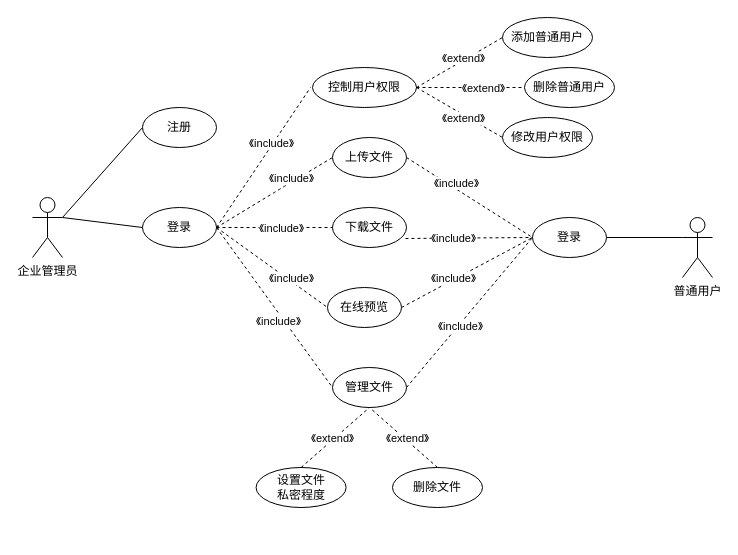
Before: Untitled Diagram.drawio in ppp-203/ppp-203, a draw.io diagram. Source tidied: cells renumbered, new cells numbered last; positions are measured from the earlier drawing's top-left corner, leaving out a move shared by most shapes. Both pictures are drawn from the tidied source at 100%, with x=0, y=0 at pixel (32, 17).
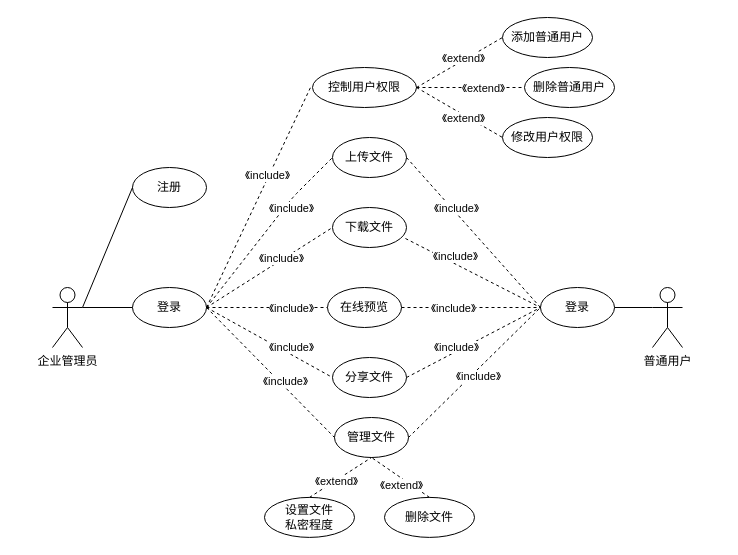
After the change.

The change refers to these unchanged cells:
```xml
<mxCell id="5" value="上传文件" style="ellipse;whiteSpace=wrap;html=1;" parent="1" vertex="1">
  <mxGeometry x="300" y="120" width="74" height="40" as="geometry" />
</mxCell>
```

The edit, as a diff of the source:
```diff
@@
     <mxCell id="2" value="企业管理员" style="shape=umlActor;verticalLabelPosition=bottom;verticalAlign=top;html=1;outlineConnect=0;" parent="1" vertex="1">
-      <mxGeometry y="180" width="30" height="60" as="geometry" />
+      <mxGeometry x="20" y="270" width="30" height="60" as="geometry" />
     </mxCell>
     <mxCell id="3" value="普通用户" style="shape=umlActor;verticalLabelPosition=bottom;verticalAlign=top;html=1;outlineConnect=0;" parent="1" vertex="1">
-      <mxGeometry x="650" y="200" width="30" height="60" as="geometry" />
+      <mxGeometry x="620" y="270" width="30" height="60" as="geometry" />
     </mxCell>
     <mxCell id="4" value="注册" style="ellipse;whiteSpace=wrap;html=1;" parent="1" vertex="1">
-      <mxGeometry x="110" y="90" width="74" height="40" as="geometry" />
+      <mxGeometry x="100" y="150" width="74" height="40" as="geometry" />
     </mxCell>
@@
     <mxCell id="8" value="登录" style="ellipse;whiteSpace=wrap;html=1;" parent="1" vertex="1">
-      <mxGeometry x="110" y="190" width="74" height="40" as="geometry" />
+      <mxGeometry x="100" y="270" width="74" height="40" as="geometry" />
     </mxCell>
@@
     <mxCell id="10" value="管理文件" style="ellipse;whiteSpace=wrap;html=1;" parent="1" vertex="1">
-      <mxGeometry x="300" y="350" width="74" height="40" as="geometry" />
+      <mxGeometry x="302" y="400" width="74" height="40" as="geometry" />
     </mxCell>
@@
     <mxCell id="12" value="登录" style="ellipse;whiteSpace=wrap;html=1;" parent="1" vertex="1">
-      <mxGeometry x="500" y="200" width="74" height="40" as="geometry" />
+      <mxGeometry x="508" y="270" width="74" height="40" as="geometry" />
     </mxCell>
@@
     <mxCell id="17" style="endArrow=none;dashed=1;html=1;exitX=1;exitY=0.5;exitDx=0;exitDy=0;entryX=0;entryY=0.5;entryDx=0;entryDy=0;" parent="1" edge="1" source="8" target="5">
       <mxGeometry relative="1" as="geometry">
         <Array as="points">
-          <mxPoint x="250" y="170" />
+          <mxPoint x="260" y="180" />
         </Array>
       </mxGeometry>
     </mxCell>
@@
     <mxCell id="25" value="《include》" style="edgeLabel;html=1;align=center;verticalAlign=middle;" parent="1" vertex="1">
-      <mxGeometry x="248.6" y="210" as="geometry" />
+      <mxGeometry x="248.6" y="240" as="geometry" />
     </mxCell>
     <mxCell id="26" value="《include》" style="edgeLabel;html=1;align=center;verticalAlign=middle;" parent="1" vertex="1">
-      <mxGeometry x="258.6" y="260" as="geometry" />
+      <mxGeometry x="258.6" y="290" as="geometry" />
     </mxCell>
     <mxCell id="27" value="《include》" style="edgeLabel;html=1;align=center;verticalAlign=middle;" parent="1" vertex="1">
-      <mxGeometry x="268.6" y="180" as="geometry">
+      <mxGeometry x="275" y="240" as="geometry">
         <mxPoint x="-23" y="123" as="offset" />
       </mxGeometry>
     </mxCell>
     <mxCell id="28" value="《include》" style="edgeLabel;html=1;align=center;verticalAlign=middle;" parent="1" vertex="1">
-      <mxGeometry x="258.6" y="160" as="geometry" />
+      <mxGeometry x="258.6" y="190" as="geometry" />
     </mxCell>
     <mxCell id="29" value="《include》" style="edgeLabel;html=1;align=center;verticalAlign=middle;" parent="1" vertex="1">
-      <mxGeometry x="420" y="260" as="geometry" />
+      <mxGeometry x="420" y="290" as="geometry" />
     </mxCell>
     <mxCell id="30" value="《include》" style="edgeLabel;html=1;align=center;verticalAlign=middle;" parent="1" vertex="1">
-      <mxGeometry x="420" y="220" as="geometry" />
+      <mxGeometry x="420" y="230" as="geometry">
+        <mxPoint x="2" y="8" as="offset" />
+      </mxGeometry>
     </mxCell>
     <mxCell id="31" value="《include》" style="edgeLabel;html=1;align=center;verticalAlign=middle;" parent="1" vertex="1">
-      <mxGeometry x="308.6" y="195" as="geometry">
+      <mxGeometry x="308.6" y="220" as="geometry">
         <mxPoint x="115" y="-30" as="offset" />
       </mxGeometry>
     </mxCell>
     <mxCell id="32" value="《include》" style="edgeLabel;html=1;align=center;verticalAlign=middle;" parent="1" vertex="1">
-      <mxGeometry x="332" y="230" as="geometry">
+      <mxGeometry x="350" y="280" as="geometry">
         <mxPoint x="95" y="78" as="offset" />
       </mxGeometry>
     </mxCell>
@@
     <mxCell id="43" value="设置文件&lt;br&gt;私密程度" style="ellipse;whiteSpace=wrap;html=1;" parent="1" vertex="1">
-      <mxGeometry x="223.6" y="450" width="90" height="40" as="geometry" />
+      <mxGeometry x="232" y="479.9" width="90" height="40" as="geometry" />
     </mxCell>
     <mxCell id="44" value="删除文件" style="ellipse;whiteSpace=wrap;html=1;" parent="1" vertex="1">
-      <mxGeometry x="360" y="450" width="90" height="40" as="geometry" />
+      <mxGeometry x="352" y="479.9" width="90" height="40" as="geometry" />
     </mxCell>
@@
     <mxCell id="48" value="《extend》" style="edgeLabel;html=1;align=center;verticalAlign=middle;" parent="1" vertex="1">
-      <mxGeometry x="374" y="420" as="geometry" />
+      <mxGeometry x="376" y="430" as="geometry">
+        <mxPoint x="-8" y="37" as="offset" />
+      </mxGeometry>
     </mxCell>
+    <mxCell id="49" value="分享文件" style="ellipse;whiteSpace=wrap;html=1;" parent="1" vertex="1">
+      <mxGeometry x="300" y="340" width="74" height="40" as="geometry" />
+    </mxCell>
+    <mxCell id="50" style="endArrow=none;dashed=1;html=1;entryX=0;entryY=0.5;entryDx=0;entryDy=0;exitX=1;exitY=0.5;exitDx=0;exitDy=0;" parent="1" edge="1" source="8" target="49">
+      <mxGeometry relative="1" as="geometry" />
+    </mxCell>
+    <mxCell id="51" style="endArrow=none;dashed=1;html=1;entryX=0;entryY=0.5;entryDx=0;entryDy=0;exitX=1;exitY=0.5;exitDx=0;exitDy=0;" parent="1" edge="1" source="49" target="12">
+      <mxGeometry relative="1" as="geometry" />
+    </mxCell>
+    <mxCell id="52" style="edgeStyle=none;rounded=0;orthogonalLoop=1;jettySize=auto;html=1;entryX=0;entryY=0.5;entryDx=0;entryDy=0;" parent="1" edge="1" source="12" target="12">
+      <mxGeometry relative="1" as="geometry" />
+    </mxCell>
+    <mxCell id="53" value="《include》" style="edgeLabel;html=1;align=center;verticalAlign=middle;" parent="1" vertex="1">
+      <mxGeometry x="430" y="300" as="geometry">
+        <mxPoint x="-7" y="29" as="offset" />
+      </mxGeometry>
+    </mxCell>
+    <mxCell id="54" value="《include》" style="edgeLabel;html=1;align=center;verticalAlign=middle;" parent="1" vertex="1">
+      <mxGeometry x="430" y="300" as="geometry">
+        <mxPoint x="-172" y="29" as="offset" />
+      </mxGeometry>
+    </mxCell>
```
